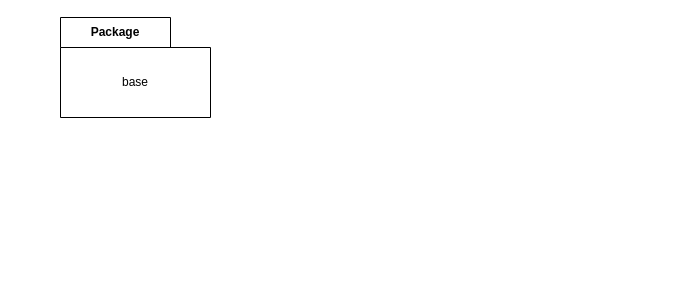
alissonalbuquerque/lua-objects keeps this draw.io diagram as diagrams/Diagrama sem nome.drawio. Above is the earlier version. Source tidied: cells renumbered, new cells numbered last; positions are measured from the earlier drawing's top-left corner, leaving out a move shared by most shapes. Both pictures are drawn from the tidied source at 100%, with x=0, y=0 at pixel (60, 17).
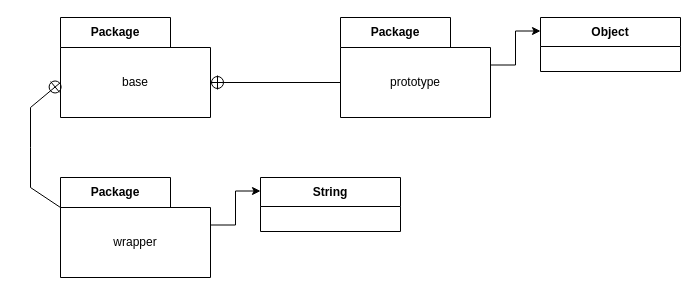
Above is the later version.

Diff of the diagram source:
```diff
@@
 <mxGraphModel>
   <root>
     <mxCell id="0" />
     <mxCell id="1" parent="0" />
     <mxCell id="2" value="Package" style="shape=folder;fontStyle=1;tabWidth=110;tabHeight=30;tabPosition=left;html=1;boundedLbl=1;labelInHeader=1;whiteSpace=wrap;" parent="1" vertex="1">
       <mxGeometry width="150" height="100" as="geometry" />
     </mxCell>
     <mxCell id="3" value="base" style="html=1;strokeColor=none;fillColor=none;whiteSpace=wrap;" parent="2" vertex="1">
       <mxGeometry width="150" height="70" relative="1" as="geometry">
         <mxPoint y="30" as="offset" />
       </mxGeometry>
     </mxCell>
+    <mxCell id="4" style="edgeStyle=orthogonalEdgeStyle;rounded=0;jettySize=auto;html=1;exitX=0;exitY=0;exitDx=150;exitDy=47.5;exitPerimeter=0;entryX=0;entryY=0.25;entryDx=0;entryDy=0;" parent="1" edge="1" source="5" target="11">
+      <mxGeometry relative="1" as="geometry" />
+    </mxCell>
+    <mxCell id="5" value="Package" style="shape=folder;fontStyle=1;tabWidth=110;tabHeight=30;tabPosition=left;html=1;boundedLbl=1;labelInHeader=1;whiteSpace=wrap;" parent="1" vertex="1">
+      <mxGeometry y="160" width="150" height="100" as="geometry" />
+    </mxCell>
+    <mxCell id="6" value="wrapper" style="html=1;strokeColor=none;fillColor=none;whiteSpace=wrap;" parent="5" vertex="1">
+      <mxGeometry width="150" height="70" relative="1" as="geometry">
+        <mxPoint y="30" as="offset" />
+      </mxGeometry>
+    </mxCell>
+    <mxCell id="7" value="Package" style="shape=folder;fontStyle=1;tabWidth=110;tabHeight=30;tabPosition=left;html=1;boundedLbl=1;labelInHeader=1;whiteSpace=wrap;" parent="1" vertex="1">
+      <mxGeometry x="280" width="150" height="100" as="geometry" />
+    </mxCell>
+    <mxCell id="8" value="prototype" style="html=1;strokeColor=none;fillColor=none;whiteSpace=wrap;" parent="7" vertex="1">
+      <mxGeometry width="150" height="70" relative="1" as="geometry">
+        <mxPoint y="30" as="offset" />
+      </mxGeometry>
+    </mxCell>
+    <mxCell id="9" style="edgeStyle=none;html=1;startArrow=sysMLPackCont;startSize=12;endArrow=none;rounded=0;exitX=0;exitY=0;exitDx=150;exitDy=65;exitPerimeter=0;entryX=0;entryY=0;entryDx=0;entryDy=65;entryPerimeter=0;" parent="1" edge="1" source="2" target="7">
+      <mxGeometry relative="1" as="geometry" />
+    </mxCell>
+    <mxCell id="10" style="edgeStyle=none;html=1;startArrow=sysMLPackCont;startSize=12;endArrow=none;rounded=0;exitX=0;exitY=0;exitDx=0;exitDy=65;exitPerimeter=0;entryX=0;entryY=0;entryDx=0;entryDy=30;entryPerimeter=0;" parent="1" edge="1" source="2" target="5">
+      <mxGeometry relative="1" as="geometry">
+        <Array as="points">
+          <mxPoint x="-30" y="90" />
+          <mxPoint x="-30" y="130" />
+          <mxPoint x="-30" y="170" />
+        </Array>
+      </mxGeometry>
+    </mxCell>
+    <mxCell id="11" value="String" style="swimlane;fontStyle=1;align=center;verticalAlign=middle;horizontal=1;startSize=29;html=1;whiteSpace=wrap;" parent="1" vertex="1">
+      <mxGeometry x="200" y="160" width="140" height="54" as="geometry" />
+    </mxCell>
+    <mxCell id="12" value="Object" style="swimlane;fontStyle=1;align=center;verticalAlign=middle;horizontal=1;startSize=29;html=1;whiteSpace=wrap;" parent="1" vertex="1">
+      <mxGeometry x="480" width="140" height="54" as="geometry" />
+    </mxCell>
+    <mxCell id="13" style="edgeStyle=orthogonalEdgeStyle;rounded=0;jettySize=auto;html=1;exitX=0;exitY=0;exitDx=150;exitDy=47.5;exitPerimeter=0;entryX=0;entryY=0.25;entryDx=0;entryDy=0;" parent="1" edge="1" source="7" target="12">
+      <mxGeometry relative="1" as="geometry" />
+    </mxCell>
   </root>
 </mxGraphModel>
```
